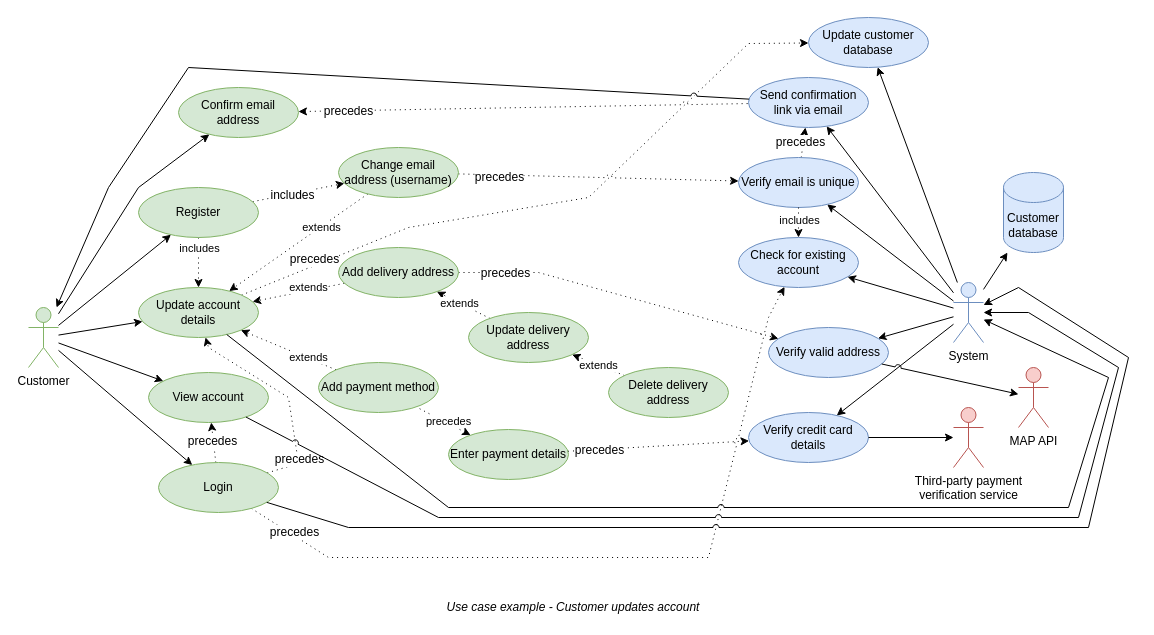
Earlier version of the draw.io diagram Use_case1.drawio (catoja1107/diagrams_net). Source tidied: cells renumbered, new cells numbered last; positions are measured from the earlier drawing's top-left corner, leaving out a move shared by most shapes. Both pictures are drawn from the tidied source at 100%, with x=0, y=0 at pixel (28, 17).
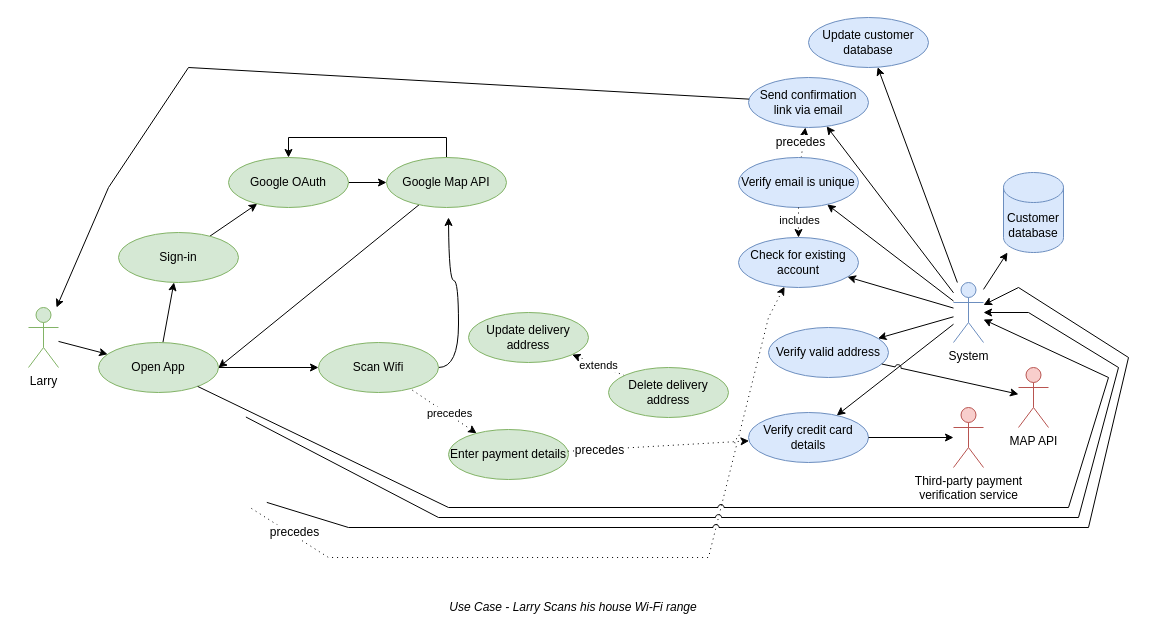
The same diagram, later.

Unchanged cells that the change refers to:
```xml
<mxCell id="13" value="Update delivery address" style="ellipse;whiteSpace=wrap;html=1;rounded=1;strokeWidth=1;fontSize=12;fillColor=#d5e8d4;strokeColor=#82b366;" parent="1" vertex="1">
  <mxGeometry x="440" y="295" width="120" height="50" as="geometry" />
</mxCell>
<mxCell id="33" value="Verify email is unique" style="ellipse;whiteSpace=wrap;html=1;rounded=1;strokeWidth=1;fontSize=12;fillColor=#dae8fc;strokeColor=#6c8ebf;" parent="1" vertex="1">
  <mxGeometry x="710" y="140" width="120" height="50" as="geometry" />
</mxCell>
<mxCell id="34" value="Send confirmation link via email" style="ellipse;whiteSpace=wrap;html=1;rounded=1;strokeWidth=1;fontSize=12;fillColor=#dae8fc;strokeColor=#6c8ebf;" parent="1" vertex="1">
  <mxGeometry x="720" y="60" width="120" height="50" as="geometry" />
</mxCell>
<mxCell id="37" value="System" style="shape=umlActor;verticalLabelPosition=bottom;verticalAlign=top;html=1;outlineConnect=0;rounded=1;strokeWidth=1;fillColor=#dae8fc;strokeColor=#6c8ebf;" parent="1" vertex="1">
  <mxGeometry x="925" y="265" width="30" height="60" as="geometry" />
</mxCell>
<mxCell id="57" value="Verify valid address" style="ellipse;whiteSpace=wrap;html=1;rounded=1;strokeWidth=1;fontSize=12;fillColor=#dae8fc;strokeColor=#6c8ebf;" parent="1" vertex="1">
  <mxGeometry x="740" y="310" width="120" height="50" as="geometry" />
</mxCell>
<mxCell id="59" value="Check for existing account" style="ellipse;whiteSpace=wrap;html=1;rounded=1;strokeWidth=1;fontSize=12;fillColor=#dae8fc;strokeColor=#6c8ebf;" parent="1" vertex="1">
  <mxGeometry x="710" y="220" width="120" height="50" as="geometry" />
</mxCell>
<mxCell id="60" value="Update customer database" style="ellipse;whiteSpace=wrap;html=1;rounded=1;strokeWidth=1;fontSize=12;fillColor=#dae8fc;strokeColor=#6c8ebf;" parent="1" vertex="1">
  <mxGeometry x="780" width="120" height="50" as="geometry" />
</mxCell>
```

Change to the diagram source:
```diff
@@
-    <mxCell id="2" value="Customer" style="shape=umlActor;verticalLabelPosition=bottom;verticalAlign=top;html=1;fontFamily=Helvetica;fontSize=12;align=center;strokeColor=#82b366;strokeWidth=1;fillColor=#d5e8d4;" parent="1" vertex="1">
+    <mxCell id="2" value="Larry" style="shape=umlActor;verticalLabelPosition=bottom;verticalAlign=top;html=1;fontFamily=Helvetica;fontSize=12;align=center;strokeColor=#82b366;strokeWidth=1;fillColor=#d5e8d4;" parent="1" vertex="1">
       <mxGeometry y="290" width="30" height="60" as="geometry" />
     </mxCell>
-    <mxCell id="3" style="edgeStyle=none;rounded=0;jumpStyle=arc;jettySize=auto;html=1;fontSize=12;fontColor=#000000;dashed=1;dashPattern=1 4;" parent="1" edge="1" source="5" target="60">
-      <mxGeometry relative="1" as="geometry">
-        <Array as="points">
-          <mxPoint x="380" y="210" />
-          <mxPoint x="560" y="180" />
-          <mxPoint x="720" y="26" />
-        </Array>
-      </mxGeometry>
-    </mxCell>
-    <mxCell id="4" value="precedes" style="edgeLabel;html=1;align=center;verticalAlign=middle;fontSize=12;" parent="3" vertex="1">
-      <mxGeometry x="0.14" relative="1" as="geometry">
-        <mxPoint x="-277.4" y="64.6" as="offset" />
-      </mxGeometry>
-    </mxCell>
+    <mxCell id="80" style="rounded=0;jettySize=auto;html=1;" parent="1" edge="1" source="5" target="84">
+      <mxGeometry relative="1" as="geometry" />
+    </mxCell>
+    <mxCell id="81" style="edgeStyle=orthogonalEdgeStyle;rounded=0;jettySize=auto;html=1;" parent="1" edge="1" source="5" target="19">
+      <mxGeometry relative="1" as="geometry" />
+    </mxCell>
-    <mxCell id="5" value="Update account details" style="ellipse;whiteSpace=wrap;html=1;rounded=1;strokeWidth=1;fontSize=12;fillColor=#d5e8d4;strokeColor=#82b366;" parent="1" vertex="1">
-      <mxGeometry x="110" y="270" width="120" height="50" as="geometry" />
+    <mxCell id="5" value="Open App" style="ellipse;whiteSpace=wrap;html=1;rounded=1;strokeWidth=1;fontSize=12;fillColor=#d5e8d4;strokeColor=#82b366;" parent="1" vertex="1">
+      <mxGeometry x="70" y="325" width="120" height="50" as="geometry" />
     </mxCell>
-    <mxCell id="6" style="edgeStyle=none;rounded=0;jumpStyle=arc;jettySize=auto;html=1;dashed=1;dashPattern=1 4;fontSize=12;fontColor=#000000;" parent="1" edge="1" source="10" target="5">
-      <mxGeometry relative="1" as="geometry" />
-    </mxCell>
-    <mxCell id="7" value="extends" style="edgeLabel;html=1;align=center;verticalAlign=middle;" parent="6" vertex="1">
-      <mxGeometry x="0.2" y="1" relative="1" as="geometry">
-        <mxPoint x="18.8" y="-7.8" as="offset" />
-      </mxGeometry>
-    </mxCell>
-    <mxCell id="8" style="edgeStyle=none;rounded=0;jumpStyle=arc;jettySize=auto;html=1;dashed=1;dashPattern=1 4;fontSize=12;fontColor=#000000;" parent="1" edge="1" source="10" target="57">
-      <mxGeometry relative="1" as="geometry">
-        <Array as="points">
-          <mxPoint x="510" y="255" />
-        </Array>
-      </mxGeometry>
-    </mxCell>
-    <mxCell id="9" value="precedes" style="edgeLabel;html=1;align=center;verticalAlign=middle;fontSize=12;" parent="8" vertex="1">
-      <mxGeometry x="0.22" y="2" relative="1" as="geometry">
-        <mxPoint x="-150.9" y="-29.6" as="offset" />
-      </mxGeometry>
-    </mxCell>
-    <mxCell id="10" value="Add delivery address" style="ellipse;whiteSpace=wrap;html=1;rounded=1;strokeWidth=1;fontSize=12;fillColor=#d5e8d4;strokeColor=#82b366;" parent="1" vertex="1">
-      <mxGeometry x="310" y="230" width="120" height="50" as="geometry" />
-    </mxCell>
-    <mxCell id="11" style="edgeStyle=none;rounded=0;jumpStyle=arc;jettySize=auto;html=1;dashed=1;dashPattern=1 4;fontSize=12;fontColor=#000000;" parent="1" edge="1" source="13" target="10">
-      <mxGeometry relative="1" as="geometry" />
-    </mxCell>
-    <mxCell id="12" value="extends" style="edgeLabel;html=1;align=center;verticalAlign=middle;" parent="11" vertex="1">
-      <mxGeometry x="0.14" relative="1" as="geometry" />
-    </mxCell>
@@
-    <mxCell id="17" style="rounded=0;jumpStyle=arc;jettySize=auto;html=1;fontSize=12;fontColor=#000000;dashed=1;dashPattern=1 4;" parent="1" edge="1" source="19" target="5">
-      <mxGeometry relative="1" as="geometry" />
-    </mxCell>
-    <mxCell id="18" value="extends" style="edgeLabel;html=1;align=center;verticalAlign=middle;" parent="17" vertex="1">
-      <mxGeometry x="-0.42" relative="1" as="geometry">
-        <mxPoint y="-1" as="offset" />
-      </mxGeometry>
-    </mxCell>
+    <mxCell id="82" style="edgeStyle=orthogonalEdgeStyle;rounded=0;jettySize=auto;html=1;elbow=vertical;curved=1;" parent="1" edge="1" source="19">
+      <mxGeometry relative="1" as="geometry">
+        <mxPoint x="420" y="200" as="targetPoint" />
+      </mxGeometry>
+    </mxCell>
-    <mxCell id="19" value="Add payment method" style="ellipse;whiteSpace=wrap;html=1;rounded=1;strokeWidth=1;fontSize=12;fillColor=#d5e8d4;strokeColor=#82b366;" parent="1" vertex="1">
-      <mxGeometry x="290" y="345" width="120" height="50" as="geometry" />
+    <mxCell id="19" value="Scan Wifi" style="ellipse;whiteSpace=wrap;html=1;rounded=1;strokeWidth=1;fontSize=12;fillColor=#d5e8d4;strokeColor=#82b366;" parent="1" vertex="1">
+      <mxGeometry x="290" y="325" width="120" height="50" as="geometry" />
     </mxCell>
@@
-    <mxCell id="26" style="edgeStyle=none;rounded=0;jumpStyle=arc;jettySize=auto;html=1;dashed=1;dashPattern=1 4;fontSize=12;fontColor=#000000;" parent="1" edge="1" source="30" target="5">
-      <mxGeometry relative="1" as="geometry" />
-    </mxCell>
-    <mxCell id="27" value="extends" style="edgeLabel;html=1;align=center;verticalAlign=middle;" parent="26" vertex="1">
-      <mxGeometry x="-0.31" relative="1" as="geometry">
-        <mxPoint x="1" as="offset" />
-      </mxGeometry>
-    </mxCell>
-    <mxCell id="28" style="edgeStyle=none;rounded=0;jumpStyle=arc;jettySize=auto;html=1;dashed=1;dashPattern=1 4;fontSize=12;fontColor=#000000;" parent="1" edge="1" source="30" target="33">
-      <mxGeometry relative="1" as="geometry" />
-    </mxCell>
-    <mxCell id="29" value="precedes" style="edgeLabel;html=1;align=center;verticalAlign=middle;fontSize=12;" parent="28" vertex="1">
-      <mxGeometry x="-0.71" y="-2" relative="1" as="geometry" />
-    </mxCell>
-    <mxCell id="30" value="Change email address (username)" style="ellipse;whiteSpace=wrap;html=1;rounded=1;strokeWidth=1;fontSize=12;fillColor=#d5e8d4;strokeColor=#82b366;" parent="1" vertex="1">
-      <mxGeometry x="310" y="130" width="120" height="50" as="geometry" />
-    </mxCell>
@@
-    <mxCell id="38" style="edgeStyle=none;rounded=0;jettySize=auto;html=1;dashed=1;dashPattern=1 4;fontSize=12;fontColor=#000000;" parent="1" edge="1" source="42" target="5">
-      <mxGeometry relative="1" as="geometry" />
-    </mxCell>
-    <mxCell id="39" value="includes" style="edgeLabel;html=1;align=center;verticalAlign=middle;" parent="38" vertex="1">
-      <mxGeometry x="-0.24" y="1" relative="1" as="geometry">
-        <mxPoint x="-1" y="-9" as="offset" />
-      </mxGeometry>
-    </mxCell>
-    <mxCell id="40" style="edgeStyle=none;rounded=0;jumpStyle=arc;jettySize=auto;html=1;dashed=1;dashPattern=1 4;fontSize=12;fontColor=#000000;" parent="1" edge="1" source="42" target="30">
-      <mxGeometry relative="1" as="geometry" />
-    </mxCell>
-    <mxCell id="41" value="includes" style="edgeLabel;html=1;align=center;verticalAlign=middle;fontSize=12;" parent="40" vertex="1">
-      <mxGeometry x="-0.47" y="2" relative="1" as="geometry">
-        <mxPoint x="15.2" as="offset" />
-      </mxGeometry>
-    </mxCell>
-    <mxCell id="42" value="Register" style="ellipse;whiteSpace=wrap;html=1;rounded=1;strokeWidth=1;fontSize=12;fillColor=#d5e8d4;strokeColor=#82b366;" parent="1" vertex="1">
-      <mxGeometry x="110" y="170" width="120" height="50" as="geometry" />
-    </mxCell>
-    <mxCell id="43" style="edgeStyle=none;rounded=0;jumpStyle=arc;jettySize=auto;html=1;dashed=1;dashPattern=1 4;fontSize=12;fontColor=#000000;" parent="1" edge="1" source="49" target="59">
+    <mxCell id="43" style="edgeStyle=none;rounded=0;jumpStyle=arc;jettySize=auto;html=1;dashed=1;dashPattern=1 4;fontSize=12;fontColor=#000000;" parent="1" edge="1" target="59">
       <mxGeometry relative="1" as="geometry">
+        <mxPoint x="222.9" y="490.9" as="sourcePoint" />
         <Array as="points">
           <mxPoint x="300" y="540" />
           <mxPoint x="680" y="540" />
           <mxPoint x="740" y="300" />
           <mxPoint x="750" y="280" />
         </Array>
       </mxGeometry>
     </mxCell>
@@
-    <mxCell id="45" style="edgeStyle=none;rounded=0;jumpStyle=arc;jettySize=auto;html=1;dashed=1;dashPattern=1 4;startArrow=none;startFill=0;endArrow=classic;endFill=1;fontSize=12;fontColor=#000000;" parent="1" edge="1" source="49" target="50">
-      <mxGeometry relative="1" as="geometry" />
-    </mxCell>
-    <mxCell id="46" value="precedes" style="edgeLabel;html=1;align=center;verticalAlign=middle;fontSize=12;" parent="45" vertex="1">
-      <mxGeometry x="0.1" y="1" relative="1" as="geometry" />
-    </mxCell>
-    <mxCell id="47" style="edgeStyle=none;rounded=0;jumpStyle=arc;jettySize=auto;html=1;dashed=1;dashPattern=1 4;startArrow=none;startFill=0;endArrow=classic;endFill=1;fontSize=12;fontColor=#000000;" parent="1" edge="1" source="49" target="5">
-      <mxGeometry relative="1" as="geometry">
-        <Array as="points">
-          <mxPoint x="270" y="446" />
-          <mxPoint x="260" y="380" />
-          <mxPoint x="180" y="330" />
-        </Array>
-      </mxGeometry>
-    </mxCell>
-    <mxCell id="48" value="precedes" style="edgeLabel;html=1;align=center;verticalAlign=middle;fontSize=12;" parent="47" vertex="1">
-      <mxGeometry x="-0.64" y="-1" relative="1" as="geometry" />
-    </mxCell>
-    <mxCell id="49" value="Login" style="ellipse;whiteSpace=wrap;html=1;rounded=1;strokeWidth=1;fontSize=12;fillColor=#d5e8d4;strokeColor=#82b366;" parent="1" vertex="1">
-      <mxGeometry x="130" y="445" width="120" height="50" as="geometry" />
-    </mxCell>
-    <mxCell id="50" value="View account" style="ellipse;whiteSpace=wrap;html=1;rounded=1;strokeWidth=1;fontSize=12;fillColor=#d5e8d4;strokeColor=#82b366;" parent="1" vertex="1">
-      <mxGeometry x="120" y="355" width="120" height="50" as="geometry" />
-    </mxCell>
-    <mxCell id="51" style="edgeStyle=none;rounded=0;jumpStyle=arc;jettySize=auto;html=1;dashed=1;dashPattern=1 4;fontSize=12;fontColor=#000000;startArrow=classic;startFill=1;endArrow=none;endFill=0;" parent="1" edge="1" source="53" target="34">
-      <mxGeometry relative="1" as="geometry" />
-    </mxCell>
-    <mxCell id="52" value="precedes" style="edgeLabel;html=1;align=center;verticalAlign=middle;fontSize=12;" parent="51" vertex="1">
-      <mxGeometry x="-0.78" relative="1" as="geometry" />
-    </mxCell>
-    <mxCell id="53" value="Confirm email address" style="ellipse;whiteSpace=wrap;html=1;rounded=1;strokeWidth=1;fontSize=12;fillColor=#d5e8d4;strokeColor=#82b366;" parent="1" vertex="1">
-      <mxGeometry x="150" y="70" width="120" height="50" as="geometry" />
-    </mxCell>
@@
-    <mxCell id="62" style="edgeStyle=none;rounded=0;jettySize=auto;html=1;fontSize=12;fontColor=#000000;" parent="1" edge="1" source="2" target="50">
-      <mxGeometry relative="1" as="geometry" />
-    </mxCell>
-    <mxCell id="63" style="edgeStyle=none;rounded=0;jettySize=auto;html=1;fontSize=12;fontColor=#000000;" parent="1" edge="1" source="2" target="49">
-      <mxGeometry relative="1" as="geometry" />
-    </mxCell>
-    <mxCell id="64" style="edgeStyle=none;rounded=0;jettySize=auto;html=1;fontSize=12;fontColor=#000000;" parent="1" edge="1" source="2" target="42">
-      <mxGeometry relative="1" as="geometry" />
-    </mxCell>
-    <mxCell id="65" style="edgeStyle=none;rounded=0;jumpStyle=arc;jettySize=auto;html=1;fontSize=12;fontColor=#000000;" parent="1" edge="1" source="2" target="53">
-      <mxGeometry relative="1" as="geometry">
-        <Array as="points">
-          <mxPoint x="110" y="170" />
-        </Array>
-      </mxGeometry>
-    </mxCell>
@@
-    <mxCell id="76" style="edgeStyle=none;rounded=0;jumpStyle=arc;jettySize=auto;html=1;fontSize=12;fontColor=#000000;" parent="1" edge="1" source="49" target="37">
+    <mxCell id="76" style="edgeStyle=none;rounded=0;jumpStyle=arc;jettySize=auto;html=1;fontSize=12;fontColor=#000000;" parent="1" edge="1" target="37">
       <mxGeometry relative="1" as="geometry">
+        <mxPoint x="238.3" y="484.9" as="sourcePoint" />
         <Array as="points">
           <mxPoint x="320" y="510" />
           <mxPoint x="1060" y="510" />
           <mxPoint x="1100" y="340" />
           <mxPoint x="990" y="270" />
         </Array>
       </mxGeometry>
     </mxCell>
-    <mxCell id="77" style="edgeStyle=none;rounded=0;jumpStyle=arc;jettySize=auto;html=1;startArrow=none;startFill=0;endArrow=classic;endFill=1;fontSize=12;fontColor=#000000;" parent="1" edge="1" source="50" target="37">
+    <mxCell id="77" style="edgeStyle=none;rounded=0;jumpStyle=arc;jettySize=auto;html=1;startArrow=none;startFill=0;endArrow=classic;endFill=1;fontSize=12;fontColor=#000000;" parent="1" edge="1" target="37">
       <mxGeometry relative="1" as="geometry">
+        <mxPoint x="217.4" y="399.5" as="sourcePoint" />
         <Array as="points">
           <mxPoint x="410" y="500" />
           <mxPoint x="1050" y="500" />
           <mxPoint x="1090" y="350" />
           <mxPoint x="1000" y="295" />
         </Array>
       </mxGeometry>
     </mxCell>
@@
-    <mxCell id="79" value="Use case example - Customer updates account" style="text;html=1;strokeColor=none;fillColor=none;align=center;verticalAlign=middle;whiteSpace=wrap;rounded=0;fontSize=12;fontStyle=2;" parent="1" vertex="1">
+    <mxCell id="79" value="Use Case - Larry Scans his house Wi-Fi range" style="text;html=1;strokeColor=none;fillColor=none;align=center;verticalAlign=middle;whiteSpace=wrap;rounded=0;fontSize=12;fontStyle=2;" parent="1" vertex="1">
       <mxGeometry x="350" y="580" width="390" height="20" as="geometry" />
     </mxCell>
+    <mxCell id="83" style="rounded=0;jettySize=auto;html=1;" parent="1" edge="1" source="84" target="86">
+      <mxGeometry relative="1" as="geometry" />
+    </mxCell>
+    <mxCell id="84" value="Sign-in" style="ellipse;whiteSpace=wrap;html=1;rounded=1;strokeWidth=1;fontSize=12;fillColor=#d5e8d4;strokeColor=#82b366;" parent="1" vertex="1">
+      <mxGeometry x="90" y="215" width="120" height="50" as="geometry" />
+    </mxCell>
+    <mxCell id="85" style="edgeStyle=orthogonalEdgeStyle;rounded=0;jettySize=auto;html=1;" parent="1" edge="1" source="86" target="89">
+      <mxGeometry relative="1" as="geometry" />
+    </mxCell>
+    <mxCell id="86" value="Google OAuth" style="ellipse;whiteSpace=wrap;html=1;rounded=1;strokeWidth=1;fontSize=12;fillColor=#d5e8d4;strokeColor=#82b366;" parent="1" vertex="1">
+      <mxGeometry x="200" y="140" width="120" height="50" as="geometry" />
+    </mxCell>
+    <mxCell id="87" style="rounded=0;jettySize=auto;html=1;entryX=1;entryY=0.5;entryDx=0;entryDy=0;" parent="1" edge="1" source="89" target="5">
+      <mxGeometry relative="1" as="geometry" />
+    </mxCell>
+    <mxCell id="88" style="edgeStyle=orthogonalEdgeStyle;rounded=0;jettySize=auto;html=1;entryX=0.5;entryY=0;entryDx=0;entryDy=0;" parent="1" edge="1" source="89" target="86">
+      <mxGeometry relative="1" as="geometry">
+        <Array as="points">
+          <mxPoint x="418" y="120" />
+          <mxPoint x="260" y="120" />
+        </Array>
+      </mxGeometry>
+    </mxCell>
+    <mxCell id="89" value="Google Map API" style="ellipse;whiteSpace=wrap;html=1;rounded=1;strokeWidth=1;fontSize=12;fillColor=#d5e8d4;strokeColor=#82b366;" parent="1" vertex="1">
+      <mxGeometry x="358" y="140" width="120" height="50" as="geometry" />
+    </mxCell>
```
